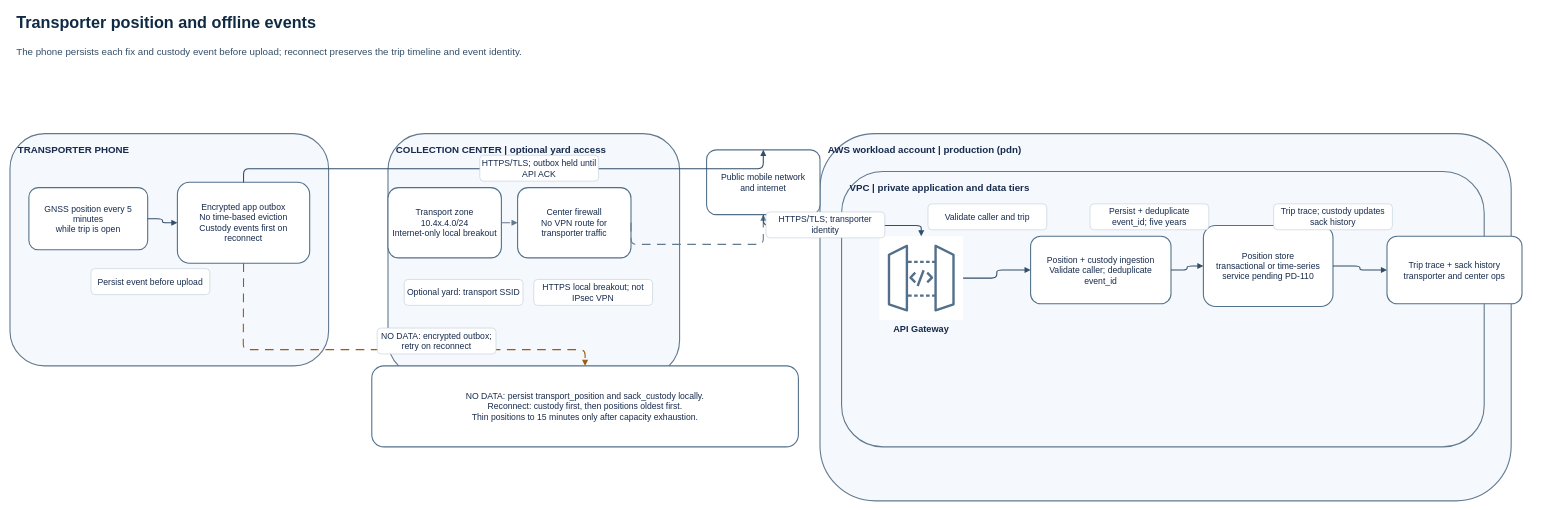
The draw.io diagram data-paths/transporter-position.drawio in aroma-pacifico/aroma-pacifico-diagrams, before the edit. Source tidied: cells renumbered, new cells numbered last; positions are measured from the earlier drawing's top-left corner, leaving out a move shared by most shapes. Both pictures are drawn from the tidied source at 54%, with x=0, y=0 at pixel (10, 9).
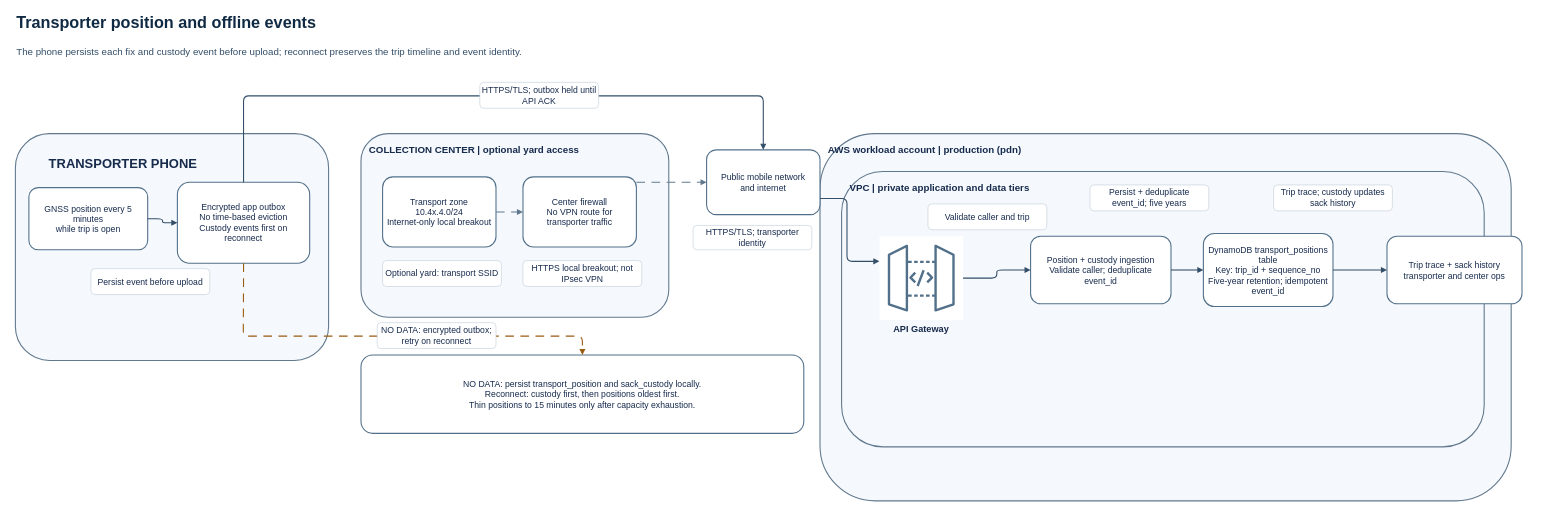
The same page after the edit.

The change refers to these unchanged cells:
```xml
<mxCell id="9" value="Encrypted app outbox&#10;No time-based eviction&#10;Custody events first on reconnect" style="rounded=1;whiteSpace=wrap;html=1;fillColor=#ffffff;strokeColor=#52708a;strokeWidth=2;fontColor=#172b4d;fontSize=16;align=center;verticalAlign=middle;spacing=8;" parent="1" vertex="1">
  <mxGeometry x="310" y="320" width="245" height="150" as="geometry" />
</mxCell>
<mxCell id="12" value="Public mobile network&#10;and internet" style="rounded=1;whiteSpace=wrap;html=1;fillColor=#ffffff;strokeColor=#52708a;strokeWidth=2;fontColor=#172b4d;fontSize=16;align=center;verticalAlign=middle;spacing=8;" parent="1" vertex="1">
  <mxGeometry x="1290" y="260" width="210" height="120" as="geometry" />
</mxCell>
<mxCell id="13" value="API Gateway" style="shape=mxgraph.aws4.resourceIcon;resIcon=mxgraph.aws4.api_gateway;verticalLabelPosition=bottom;verticalAlign=top;align=center;html=1;whiteSpace=wrap;fillColor=#ffffff;strokeColor=#52708a;fontColor=#172b4d;fontSize=17;fontStyle=1;" parent="1" vertex="1">
  <mxGeometry x="1610" y="420" width="155" height="155" as="geometry" />
</mxCell>
```

What changed in the source:
```diff
@@
-    <mxCell id="4" value="TRANSPORTER PHONE" style="rounded=1;whiteSpace=wrap;html=1;fillColor=#f5f8fc;strokeColor=#61788d;strokeWidth=2;fontColor=#172b4d;fontSize=18;fontStyle=1;align=left;verticalAlign=top;spacing=15;" parent="1" vertex="1">
-      <mxGeometry y="230" width="590" height="430" as="geometry" />
+    <mxCell id="4" value="TRANSPORTER PHONE" style="rounded=1;whiteSpace=wrap;html=1;fillColor=#f5f8fc;strokeColor=#61788d;strokeWidth=2;fontColor=#172b4d;fontSize=24;fontStyle=1;align=left;verticalAlign=top;spacingLeft=60;spacingTop=35;" parent="1" vertex="1">
+      <mxGeometry x="10" y="230" width="580" height="420" as="geometry" />
     </mxCell>
     <mxCell id="5" value="COLLECTION CENTER | optional yard access" style="rounded=1;whiteSpace=wrap;html=1;fillColor=#f5f8fc;strokeColor=#61788d;strokeWidth=2;fontColor=#172b4d;fontSize=18;fontStyle=1;align=left;verticalAlign=top;spacing=15;" parent="1" vertex="1">
-      <mxGeometry x="700" y="230" width="540" height="450" as="geometry" />
+      <mxGeometry x="650" y="230" width="570" height="340" as="geometry" />
     </mxCell>
@@
     <mxCell id="10" value="Transport zone 10.4x.4.0/24&#10;Internet-only local breakout" style="rounded=1;whiteSpace=wrap;html=1;fillColor=#ffffff;strokeColor=#52708a;strokeWidth=2;fontColor=#172b4d;fontSize=16;align=center;verticalAlign=middle;spacing=8;" parent="1" vertex="1">
-      <mxGeometry x="700" y="330" width="210" height="130" as="geometry" />
+      <mxGeometry x="690" y="310" width="210" height="130" as="geometry" />
     </mxCell>
     <mxCell id="11" value="Center firewall&#10;No VPN route for transporter traffic" style="rounded=1;whiteSpace=wrap;html=1;fillColor=#ffffff;strokeColor=#52708a;strokeWidth=2;fontColor=#172b4d;fontSize=16;align=center;verticalAlign=middle;spacing=8;" parent="1" vertex="1">
-      <mxGeometry x="940" y="330" width="210" height="130" as="geometry" />
+      <mxGeometry x="950" y="310" width="210" height="130" as="geometry" />
     </mxCell>
@@
-    <mxCell id="15" value="Position store&#10;transactional or time-series&#10;service pending PD-110" style="rounded=1;whiteSpace=wrap;html=1;fillColor=#ffffff;strokeColor=#52708a;strokeWidth=2;fontColor=#172b4d;fontSize=16;align=center;verticalAlign=middle;spacing=8;" parent="1" vertex="1">
-      <mxGeometry x="2210" y="400" width="240" height="150" as="geometry" />
+    <mxCell id="15" value="DynamoDB transport_positions table&#10;Key: trip_id + sequence_no&#10;Five-year retention; idempotent event_id" style="rounded=1;whiteSpace=wrap;html=1;fillColor=#ffffff;strokeColor=#52708a;strokeWidth=2;fontColor=#172b4d;fontSize=16;align=center;verticalAlign=middle;spacing=8;" parent="1" vertex="1">
+      <mxGeometry x="2210" y="415" width="240" height="135" as="geometry" />
     </mxCell>
@@
     <mxCell id="17" value="NO DATA: persist transport_position and sack_custody locally.&#10;Reconnect: custody first, then positions oldest first.&#10;Thin positions to 15 minutes only after capacity exhaustion." style="rounded=1;whiteSpace=wrap;html=1;fillColor=#ffffff;strokeColor=#52708a;strokeWidth=2;fontColor=#172b4d;fontSize=16;align=center;verticalAlign=middle;spacing=8;" parent="1" vertex="1">
-      <mxGeometry x="670" y="660" width="790" height="150" as="geometry" />
+      <mxGeometry x="650" y="640" width="820" height="145" as="geometry" />
     </mxCell>
@@
     <mxCell id="19" style="edgeStyle=orthogonalEdgeStyle;rounded=1;jettySize=auto;html=1;strokeColor=#334e68;strokeWidth=2;endArrow=block;endFill=1;fontColor=#172b4d;fontSize=16;whiteSpace=wrap;exitX=0.5;exitY=0;exitPerimeter=1;entryX=0.5;entryY=0;entryPerimeter=1;" parent="1" edge="1" source="9" target="12">
       <mxGeometry x="0.5" y="-0.7" relative="1" as="geometry">
         <Array as="points">
-          <mxPoint x="432" y="295" />
-          <mxPoint x="1395" y="295" />
+          <mxPoint x="432" y="160" />
+          <mxPoint x="1395" y="160" />
         </Array>
       </mxGeometry>
     </mxCell>
@@
-    <mxCell id="21" style="edgeStyle=orthogonalEdgeStyle;rounded=1;jettySize=auto;html=1;strokeColor=#334e68;strokeWidth=2;endArrow=block;endFill=1;fontColor=#172b4d;fontSize=16;whiteSpace=wrap;dashed=1;dashPattern=8 6;strokeColor=#61788d;exitX=1;exitY=0.5;exitPerimeter=1;entryX=0.5;entryY=1;entryPerimeter=1;" parent="1" edge="1" source="11" target="12">
+    <mxCell id="21" style="edgeStyle=orthogonalEdgeStyle;rounded=1;jettySize=auto;html=1;strokeColor=#61788d;strokeWidth=2;endArrow=block;endFill=1;fontColor=#172b4d;fontSize=16;whiteSpace=wrap;dashed=1;dashPattern=8 6;exitX=1;exitY=0.077;exitPerimeter=1;entryX=0;entryY=0.5;entryPerimeter=1;" parent="1" edge="1" source="11" target="12">
       <mxGeometry x="0.5" y="-0.7" relative="1" as="geometry">
         <Array as="points">
-          <mxPoint x="1150" y="435" />
-          <mxPoint x="1395" y="435" />
+          <mxPoint x="1160" y="320" />
+          <mxPoint x="1290" y="320" />
         </Array>
       </mxGeometry>
     </mxCell>
-    <mxCell id="22" style="edgeStyle=orthogonalEdgeStyle;rounded=1;jettySize=auto;html=1;strokeColor=#334e68;strokeWidth=2;endArrow=block;endFill=1;fontColor=#172b4d;fontSize=16;whiteSpace=wrap;exitX=0.5;exitY=1;exitPerimeter=1;entryX=0.5;entryY=0;entryPerimeter=1;" parent="1" edge="1" source="12" target="13">
+    <mxCell id="22" style="edgeStyle=orthogonalEdgeStyle;rounded=1;jettySize=auto;html=1;strokeColor=#334e68;strokeWidth=2;endArrow=block;endFill=1;exitX=1;exitY=0.75;exitPerimeter=1;entryX=0;entryY=0.3;entryPerimeter=1;" parent="1" edge="1" source="12" target="13">
       <mxGeometry x="0.5" y="-0.7" relative="1" as="geometry">
         <Array as="points">
-          <mxPoint x="1395" y="400" />
-          <mxPoint x="1687" y="400" />
+          <mxPoint x="1550" y="350" />
+          <mxPoint x="1550" y="466" />
         </Array>
       </mxGeometry>
     </mxCell>
@@
     <mxCell id="26" style="edgeStyle=orthogonalEdgeStyle;rounded=1;jettySize=auto;html=1;strokeColor=#334e68;strokeWidth=2;endArrow=block;endFill=1;fontColor=#172b4d;fontSize=16;dashed=1;dashPattern=8 6;strokeColor=#9a5b13;whiteSpace=wrap;exitX=0.5;exitY=1;exitPerimeter=1;entryX=0.5;entryY=0;entryPerimeter=1;" parent="1" edge="1" source="9" target="17">
       <mxGeometry x="0.5" y="-0.7" relative="1" as="geometry">
         <Array as="points">
           <mxPoint x="432" y="500" />
-          <mxPoint x="432" y="630" />
-          <mxPoint x="1065" y="630" />
+          <mxPoint x="432" y="605" />
+          <mxPoint x="1060" y="605" />
         </Array>
       </mxGeometry>
     </mxCell>
@@
     <mxCell id="28" value="HTTPS/TLS; outbox held until API ACK" style="rounded=1;whiteSpace=wrap;html=1;fillColor=#ffffff;strokeColor=#b8c7d5;strokeWidth=1;fontColor=#172b4d;fontSize=16;align=center;verticalAlign=middle;spacing=4;" parent="1" vertex="1">
-      <mxGeometry x="870" y="270" width="220" height="48" as="geometry" />
+      <mxGeometry x="870" y="135" width="220" height="48" as="geometry" />
     </mxCell>
     <mxCell id="29" value="Optional yard: transport SSID" style="rounded=1;whiteSpace=wrap;html=1;fillColor=#ffffff;strokeColor=#b8c7d5;strokeWidth=1;fontColor=#172b4d;fontSize=16;align=center;verticalAlign=middle;spacing=4;" parent="1" vertex="1">
-      <mxGeometry x="730" y="500" width="220" height="48" as="geometry" />
+      <mxGeometry x="690" y="465" width="220" height="48" as="geometry" />
     </mxCell>
     <mxCell id="30" value="HTTPS local breakout; not IPsec VPN" style="rounded=1;whiteSpace=wrap;html=1;fillColor=#ffffff;strokeColor=#b8c7d5;strokeWidth=1;fontColor=#172b4d;fontSize=16;align=center;verticalAlign=middle;spacing=4;" parent="1" vertex="1">
-      <mxGeometry x="970" y="500" width="220" height="48" as="geometry" />
+      <mxGeometry x="950" y="465" width="220" height="48" as="geometry" />
     </mxCell>
     <mxCell id="31" value="HTTPS/TLS; transporter identity" style="rounded=1;whiteSpace=wrap;html=1;fillColor=#ffffff;strokeColor=#b8c7d5;strokeWidth=1;fontColor=#172b4d;fontSize=16;align=center;verticalAlign=middle;spacing=4;" parent="1" vertex="1">
-      <mxGeometry x="1400" y="375" width="220" height="48" as="geometry" />
+      <mxGeometry x="1265" y="400" width="220" height="45" as="geometry" />
     </mxCell>
@@
     <mxCell id="33" value="Persist + deduplicate event_id; five years" style="rounded=1;whiteSpace=wrap;html=1;fillColor=#ffffff;strokeColor=#b8c7d5;strokeWidth=1;fontColor=#172b4d;fontSize=16;align=center;verticalAlign=middle;spacing=4;" parent="1" vertex="1">
-      <mxGeometry x="2000" y="360" width="220" height="48" as="geometry" />
+      <mxGeometry x="2000" y="325" width="220" height="48" as="geometry" />
     </mxCell>
     <mxCell id="34" value="Trip trace; custody updates sack history" style="rounded=1;whiteSpace=wrap;html=1;fillColor=#ffffff;strokeColor=#b8c7d5;strokeWidth=1;fontColor=#172b4d;fontSize=16;align=center;verticalAlign=middle;spacing=4;" parent="1" vertex="1">
-      <mxGeometry x="2340" y="360" width="220" height="48" as="geometry" />
+      <mxGeometry x="2340" y="325" width="220" height="48" as="geometry" />
     </mxCell>
     <mxCell id="35" value="NO DATA: encrypted outbox; retry on reconnect" style="rounded=1;whiteSpace=wrap;html=1;fillColor=#ffffff;strokeColor=#b8c7d5;strokeWidth=1;fontColor=#172b4d;fontSize=16;align=center;verticalAlign=middle;spacing=4;" parent="1" vertex="1">
-      <mxGeometry x="680" y="590" width="220" height="48" as="geometry" />
+      <mxGeometry x="680" y="580" width="220" height="48" as="geometry" />
     </mxCell>
```
